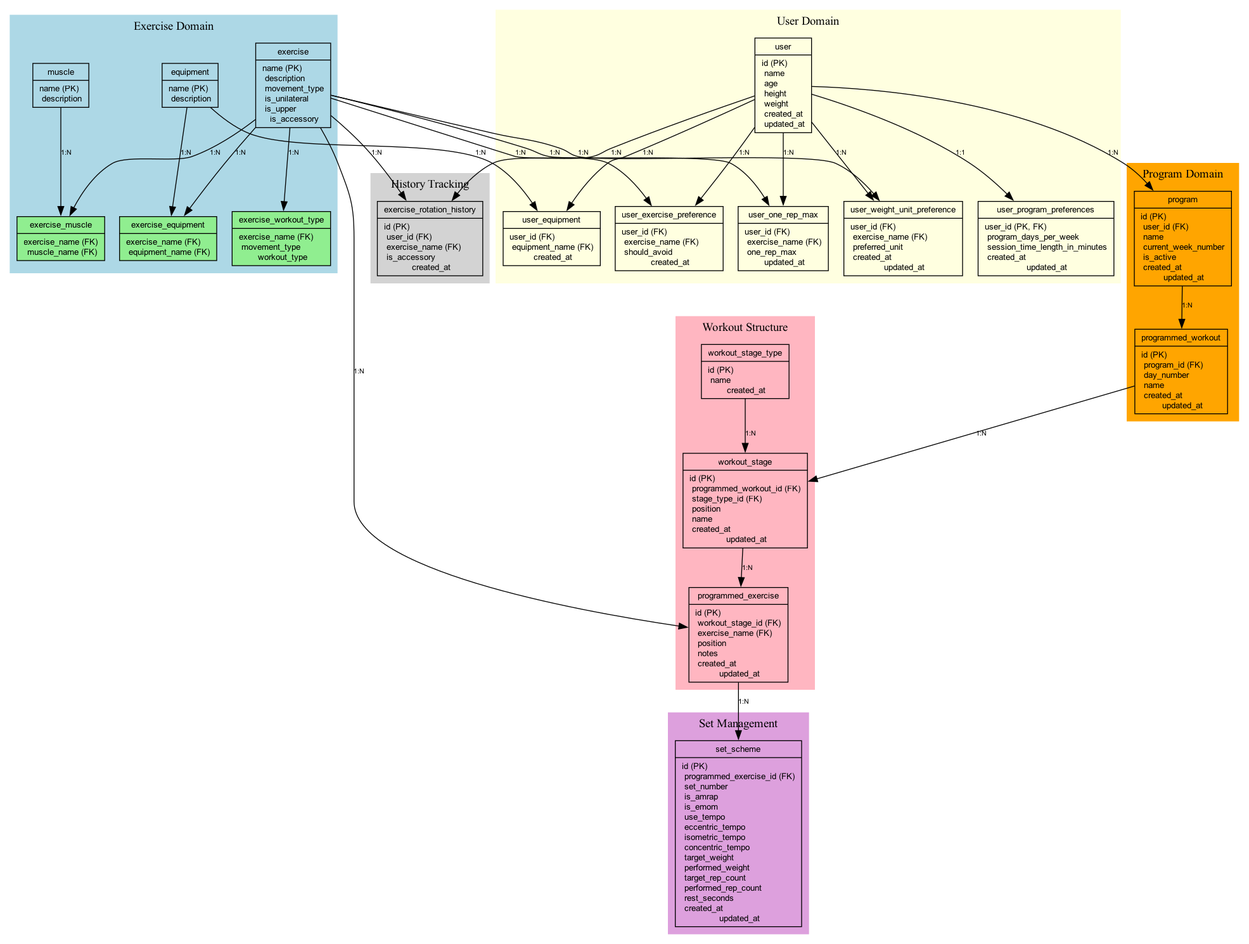
This is database_schema.png from alphaeron/congen, a Graphviz export, as it was before one commit. Its source is kept beside it as database_schema.dot. Its diagram source:
```dot
digraph DatabaseSchema {
    rankdir=TB;
    node [shape=record, fontname="Arial", fontsize=10];
    edge [fontname="Arial", fontsize=8];

    node [style=filled];

    exercise [fillcolor=lightblue, label="{exercise|name (PK)\l description\l movement_type\l is_unilateral\l is_upper\l is_accessory}"];
    muscle [fillcolor=lightblue, label="{muscle|name (PK)\l description}"];
    equipment [fillcolor=lightblue, label="{equipment|name (PK)\l description}"];

    exercise_muscle [fillcolor=lightgreen, label="{exercise_muscle|exercise_name (FK)\l muscle_name (FK)}"];
    exercise_equipment [fillcolor=lightgreen, label="{exercise_equipment|exercise_name (FK)\l equipment_name (FK)}"];
    exercise_workout_type [fillcolor=lightgreen, label="{exercise_workout_type|exercise_name (FK)\l movement_type\l workout_type}"];

    user [fillcolor=lightyellow, label="{user|id (PK)\l name\l age\l height\l weight\l created_at\l updated_at}"];
    user_equipment [fillcolor=lightyellow, label="{user_equipment|user_id (FK)\l equipment_name (FK)\l created_at}"];
    user_program_preferences [fillcolor=lightyellow, label="{user_program_preferences|user_id (PK, FK)\l program_days_per_week\l session_time_length_in_minutes\l created_at\l updated_at}"];
    user_exercise_preference [fillcolor=lightyellow, label="{user_exercise_preference|user_id (FK)\l exercise_name (FK)\l should_avoid\l created_at}"];
    user_one_rep_max [fillcolor=lightyellow, label="{user_one_rep_max|user_id (FK)\l exercise_name (FK)\l one_rep_max\l updated_at}"];
    user_weight_unit_preference [fillcolor=lightyellow, label="{user_weight_unit_preference|user_id (FK)\l exercise_name (FK)\l preferred_unit\l created_at\l updated_at}"];

    program [fillcolor=orange, label="{program|id (PK)\l user_id (FK)\l name\l current_week_number\l is_active\l created_at\l updated_at}"];
    programmed_workout [fillcolor=orange, label="{programmed_workout|id (PK)\l program_id (FK)\l day_number\l name\l created_at\l updated_at}"];

    workout_stage_type [fillcolor=lightpink, label="{workout_stage_type|id (PK)\l name\l created_at}"];
    workout_stage [fillcolor=lightpink, label="{workout_stage|id (PK)\l programmed_workout_id (FK)\l stage_type_id (FK)\l position\l name\l created_at\l updated_at}"];
    programmed_exercise [fillcolor=lightpink, label="{programmed_exercise|id (PK)\l workout_stage_id (FK)\l exercise_name (FK)\l position\l notes\l created_at\l updated_at}"];

    set_scheme [fillcolor=plum, label="{set_scheme|id (PK)\l programmed_exercise_id (FK)\l set_number\l is_amrap\l is_emom\l use_tempo\l eccentric_tempo\l isometric_tempo\l concentric_tempo\l target_weight\l performed_weight\l target_rep_count\l performed_rep_count\l rest_seconds\l created_at\l updated_at}"];

    exercise_rotation_history [fillcolor=lightgray, label="{exercise_rotation_history|id (PK)\l user_id (FK)\l exercise_name (FK)\l is_accessory\l created_at}"];

    exercise -> exercise_muscle [label="1:N"];
    exercise -> exercise_equipment [label="1:N"];
    exercise -> exercise_workout_type [label="1:N"];
    exercise -> user_exercise_preference [label="1:N"];
    exercise -> user_one_rep_max [label="1:N"];
    exercise -> user_weight_unit_preference [label="1:N"];
    exercise -> programmed_exercise [label="1:N"];
    exercise -> exercise_rotation_history [label="1:N"];

    muscle -> exercise_muscle [label="1:N"];

    equipment -> exercise_equipment [label="1:N"];
    equipment -> user_equipment [label="1:N"];

    user -> user_equipment [label="1:N"];
    user -> user_program_preferences [label="1:1"];
    user -> user_exercise_preference [label="1:N"];
    user -> user_one_rep_max [label="1:N"];
    user -> user_weight_unit_preference [label="1:N"];
    user -> program [label="1:N"];
    user -> exercise_rotation_history [label="1:N"];

    program -> programmed_workout [label="1:N"];

    programmed_workout -> workout_stage [label="1:N"];

    workout_stage_type -> workout_stage [label="1:N"];

    workout_stage -> programmed_exercise [label="1:N"];

    programmed_exercise -> set_scheme [label="1:N"];

    subgraph cluster_exercise {
        label="Exercise Domain";
        style=filled;
        color=lightblue;
        exercise; muscle; equipment;
        exercise_muscle; exercise_equipment; exercise_workout_type;
    }

    subgraph cluster_user {
        label="User Domain";
        style=filled;
        color=lightyellow;
        user; user_equipment; user_program_preferences;
        user_exercise_preference; user_one_rep_max; user_weight_unit_preference;
    }

    subgraph cluster_program {
        label="Program Domain";
        style=filled;
        color=orange;
        program; programmed_workout;
    }

    subgraph cluster_workout {
        label="Workout Structure";
        style=filled;
        color=lightpink;
        workout_stage_type; workout_stage; programmed_exercise;
    }

    subgraph cluster_sets {
        label="Set Management";
        style=filled;
        color=plum;
        set_scheme;
    }

    subgraph cluster_history {
        label="History Tracking";
        style=filled;
        color=lightgray;
        exercise_rotation_history;
    }
}
```
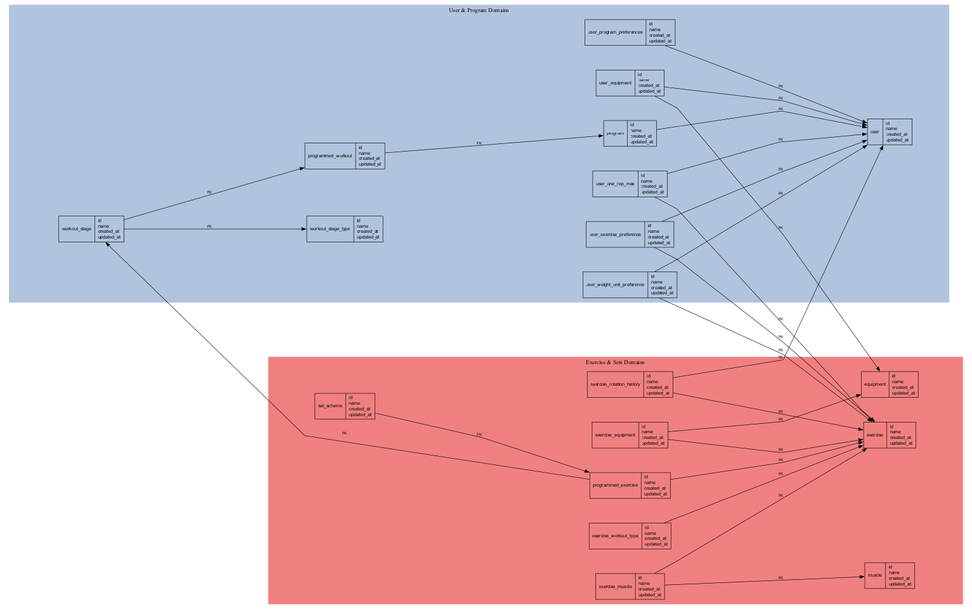
The same diagram one commit later.

Commit message:
Automate schema visualization generation

Change to the diagram source:
```diff
@@ -1,109 +1,75 @@
 digraph DatabaseSchema {
-    rankdir=TB;
-    node [shape=record, fontname="Arial", fontsize=10];
-    edge [fontname="Arial", fontsize=8];
+    rankdir=LR;
+    node [shape=record, fontname="Arial", fontsize=11];
+    edge [fontname="Arial", fontsize=9];
+
+    nodesep=0.8;
+    ranksep=1.2;
+    splines=polyline;
+    size="16,10";
+    ratio=fill;
 
     node [style=filled];
+    equipment [fillcolor=lightcoral, label="{equipment|id\lname\lcreated_at\lupdated_at}"];
+    exercise_equipment [fillcolor=lightcoral, label="{exercise_equipment|id\lname\lcreated_at\lupdated_at}"];
+    exercise_muscle [fillcolor=lightcoral, label="{exercise_muscle|id\lname\lcreated_at\lupdated_at}"];
+    exercise_rotation_history [fillcolor=lightcoral, label="{exercise_rotation_history|id\lname\lcreated_at\lupdated_at}"];
+    exercise_workout_type [fillcolor=lightcoral, label="{exercise_workout_type|id\lname\lcreated_at\lupdated_at}"];
+    exercise [fillcolor=lightcoral, label="{exercise|id\lname\lcreated_at\lupdated_at}"];
+    muscle [fillcolor=lightcoral, label="{muscle|id\lname\lcreated_at\lupdated_at}"];
+    program [fillcolor=lightsteelblue, label="{program|id\lname\lcreated_at\lupdated_at}"];
+    programmed_exercise [fillcolor=lightcoral, label="{programmed_exercise|id\lname\lcreated_at\lupdated_at}"];
+    programmed_workout [fillcolor=lightsteelblue, label="{programmed_workout|id\lname\lcreated_at\lupdated_at}"];
+    set_scheme [fillcolor=lightcoral, label="{set_scheme|id\lname\lcreated_at\lupdated_at}"];
+    user_equipment [fillcolor=lightsteelblue, label="{user_equipment|id\lname\lcreated_at\lupdated_at}"];
+    user_exercise_preference [fillcolor=lightsteelblue, label="{user_exercise_preference|id\lname\lcreated_at\lupdated_at}"];
+    user_one_rep_max [fillcolor=lightsteelblue, label="{user_one_rep_max|id\lname\lcreated_at\lupdated_at}"];
+    user_program_preferences [fillcolor=lightsteelblue, label="{user_program_preferences|id\lname\lcreated_at\lupdated_at}"];
+    user_weight_unit_preference [fillcolor=lightsteelblue, label="{user_weight_unit_preference|id\lname\lcreated_at\lupdated_at}"];
+    user [fillcolor=lightsteelblue, label="{user|id\lname\lcreated_at\lupdated_at}"];
+    workout_stage_type [fillcolor=lightsteelblue, label="{workout_stage_type|id\lname\lcreated_at\lupdated_at}"];
+    workout_stage [fillcolor=lightsteelblue, label="{workout_stage|id\lname\lcreated_at\lupdated_at}"];
 
-    exercise [fillcolor=lightblue, label="{exercise|name (PK)\l description\l movement_type\l is_unilateral\l is_upper\l is_accessory}"];
-    muscle [fillcolor=lightblue, label="{muscle|name (PK)\l description}"];
-    equipment [fillcolor=lightblue, label="{equipment|name (PK)\l description}"];
+    exercise_equipment -> exercise [label="FK"];
+    exercise_equipment -> equipment [label="FK"];
+    exercise_muscle -> exercise [label="FK"];
+    exercise_muscle -> muscle [label="FK"];
+    exercise_rotation_history -> exercise [label="FK"];
+    exercise_rotation_history -> user [label="FK"];
+    exercise_workout_type -> exercise [label="FK"];
+    program -> user [label="FK"];
+    programmed_exercise -> exercise [label="FK"];
+    programmed_exercise -> workout_stage [label="FK"];
+    programmed_workout -> program [label="FK"];
+    set_scheme -> programmed_exercise [label="FK"];
+    user_equipment -> equipment [label="FK"];
+    user_equipment -> user [label="FK"];
+    user_exercise_preference -> exercise [label="FK"];
+    user_exercise_preference -> user [label="FK"];
+    user_one_rep_max -> exercise [label="FK"];
+    user_one_rep_max -> user [label="FK"];
+    user_program_preferences -> user [label="FK"];
+    user_weight_unit_preference -> user [label="FK"];
+    user_weight_unit_preference -> exercise [label="FK"];
+    workout_stage -> workout_stage_type [label="FK"];
+    workout_stage -> programmed_workout [label="FK"];
 
-    exercise_muscle [fillcolor=lightgreen, label="{exercise_muscle|exercise_name (FK)\l muscle_name (FK)}"];
-    exercise_equipment [fillcolor=lightgreen, label="{exercise_equipment|exercise_name (FK)\l equipment_name (FK)}"];
-    exercise_workout_type [fillcolor=lightgreen, label="{exercise_workout_type|exercise_name (FK)\l movement_type\l workout_type}"];
-
-    user [fillcolor=lightyellow, label="{user|id (PK)\l name\l age\l height\l weight\l created_at\l updated_at}"];
-    user_equipment [fillcolor=lightyellow, label="{user_equipment|user_id (FK)\l equipment_name (FK)\l created_at}"];
-    user_program_preferences [fillcolor=lightyellow, label="{user_program_preferences|user_id (PK, FK)\l program_days_per_week\l session_time_length_in_minutes\l created_at\l updated_at}"];
-    user_exercise_preference [fillcolor=lightyellow, label="{user_exercise_preference|user_id (FK)\l exercise_name (FK)\l should_avoid\l created_at}"];
-    user_one_rep_max [fillcolor=lightyellow, label="{user_one_rep_max|user_id (FK)\l exercise_name (FK)\l one_rep_max\l updated_at}"];
-    user_weight_unit_preference [fillcolor=lightyellow, label="{user_weight_unit_preference|user_id (FK)\l exercise_name (FK)\l preferred_unit\l created_at\l updated_at}"];
-
-    program [fillcolor=orange, label="{program|id (PK)\l user_id (FK)\l name\l current_week_number\l is_active\l created_at\l updated_at}"];
-    programmed_workout [fillcolor=orange, label="{programmed_workout|id (PK)\l program_id (FK)\l day_number\l name\l created_at\l updated_at}"];
-
-    workout_stage_type [fillcolor=lightpink, label="{workout_stage_type|id (PK)\l name\l created_at}"];
-    workout_stage [fillcolor=lightpink, label="{workout_stage|id (PK)\l programmed_workout_id (FK)\l stage_type_id (FK)\l position\l name\l created_at\l updated_at}"];
-    programmed_exercise [fillcolor=lightpink, label="{programmed_exercise|id (PK)\l workout_stage_id (FK)\l exercise_name (FK)\l position\l notes\l created_at\l updated_at}"];
-
-    set_scheme [fillcolor=plum, label="{set_scheme|id (PK)\l programmed_exercise_id (FK)\l set_number\l is_amrap\l is_emom\l use_tempo\l eccentric_tempo\l isometric_tempo\l concentric_tempo\l target_weight\l performed_weight\l target_rep_count\l performed_rep_count\l rest_seconds\l created_at\l updated_at}"];
-
-    exercise_rotation_history [fillcolor=lightgray, label="{exercise_rotation_history|id (PK)\l user_id (FK)\l exercise_name (FK)\l is_accessory\l created_at}"];
-
-    exercise -> exercise_muscle [label="1:N"];
-    exercise -> exercise_equipment [label="1:N"];
-    exercise -> exercise_workout_type [label="1:N"];
-    exercise -> user_exercise_preference [label="1:N"];
-    exercise -> user_one_rep_max [label="1:N"];
-    exercise -> user_weight_unit_preference [label="1:N"];
-    exercise -> programmed_exercise [label="1:N"];
-    exercise -> exercise_rotation_history [label="1:N"];
-
-    muscle -> exercise_muscle [label="1:N"];
-
-    equipment -> exercise_equipment [label="1:N"];
-    equipment -> user_equipment [label="1:N"];
-
-    user -> user_equipment [label="1:N"];
-    user -> user_program_preferences [label="1:1"];
-    user -> user_exercise_preference [label="1:N"];
-    user -> user_one_rep_max [label="1:N"];
-    user -> user_weight_unit_preference [label="1:N"];
-    user -> program [label="1:N"];
-    user -> exercise_rotation_history [label="1:N"];
-
-    program -> programmed_workout [label="1:N"];
-
-    programmed_workout -> workout_stage [label="1:N"];
-
-    workout_stage_type -> workout_stage [label="1:N"];
-
-    workout_stage -> programmed_exercise [label="1:N"];
-
-    programmed_exercise -> set_scheme [label="1:N"];
-
-    subgraph cluster_exercise {
-        label="Exercise Domain";
+    subgraph cluster_user_program {
+        label="User & Program Domains";
         style=filled;
-        color=lightblue;
-        exercise; muscle; equipment;
-        exercise_muscle; exercise_equipment; exercise_workout_type;
+        color=lightsteelblue;
+        margin=10;
+        program; programmed_workout; user_equipment; user_exercise_preference; user_one_rep_max; user_program_preferences; user_weight_unit_preference; user; workout_stage_type; workout_stage;
+    }
+    subgraph cluster_exercise_sets {
+        label="Exercise & Sets Domains";
+        style=filled;
+        color=lightcoral;
+        margin=10;
+        equipment; exercise_equipment; exercise_muscle; exercise_rotation_history; exercise_workout_type; exercise; muscle; programmed_exercise; set_scheme;
     }
 
-    subgraph cluster_user {
-        label="User Domain";
-        style=filled;
-        color=lightyellow;
-        user; user_equipment; user_program_preferences;
-        user_exercise_preference; user_one_rep_max; user_weight_unit_preference;
-    }
-
-    subgraph cluster_program {
-        label="Program Domain";
-        style=filled;
-        color=orange;
-        program; programmed_workout;
-    }
-
-    subgraph cluster_workout {
-        label="Workout Structure";
-        style=filled;
-        color=lightpink;
-        workout_stage_type; workout_stage; programmed_exercise;
-    }
-
-    subgraph cluster_sets {
-        label="Set Management";
-        style=filled;
-        color=plum;
-        set_scheme;
-    }
-
-    subgraph cluster_history {
-        label="History Tracking";
-        style=filled;
-        color=lightgray;
-        exercise_rotation_history;
-    }
+    user -> exercise [style=invis];
+    exercise -> program [style=invis];
+    program -> set_scheme [style=invis];
 }
```
